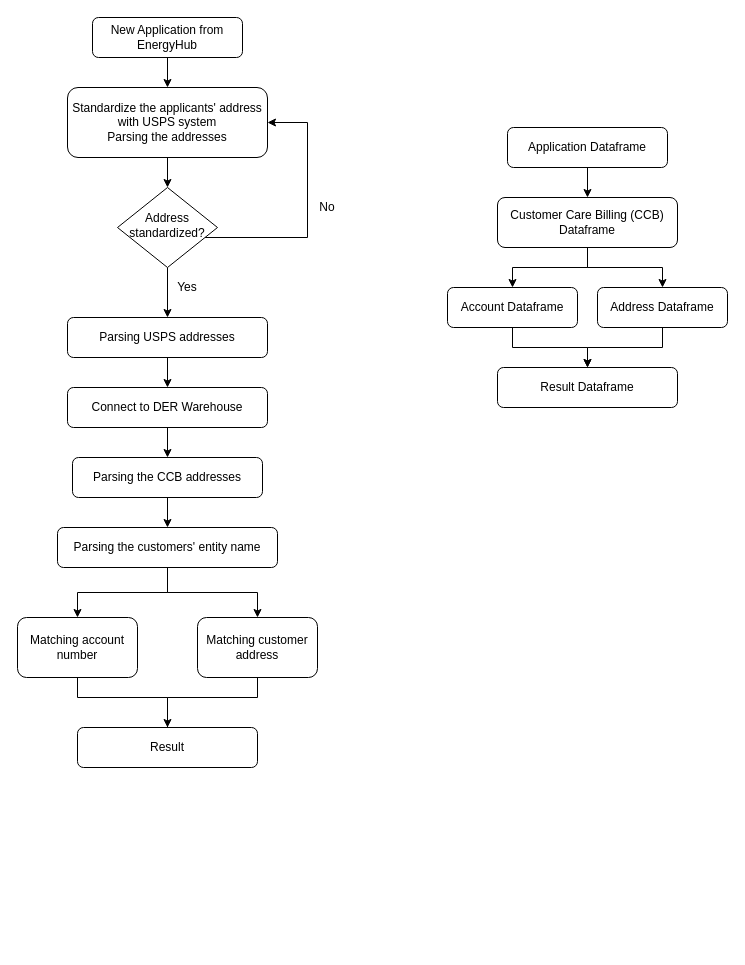
Before: Untitled Diagram.drawio in wetseng/diagrams-flowchart, a draw.io diagram. Source tidied: cells renumbered, new cells numbered last; positions are measured from the earlier drawing's top-left corner, leaving out a move shared by most shapes. Both pictures are drawn from the tidied source at 100%, with x=0, y=0 at pixel (17, 17).
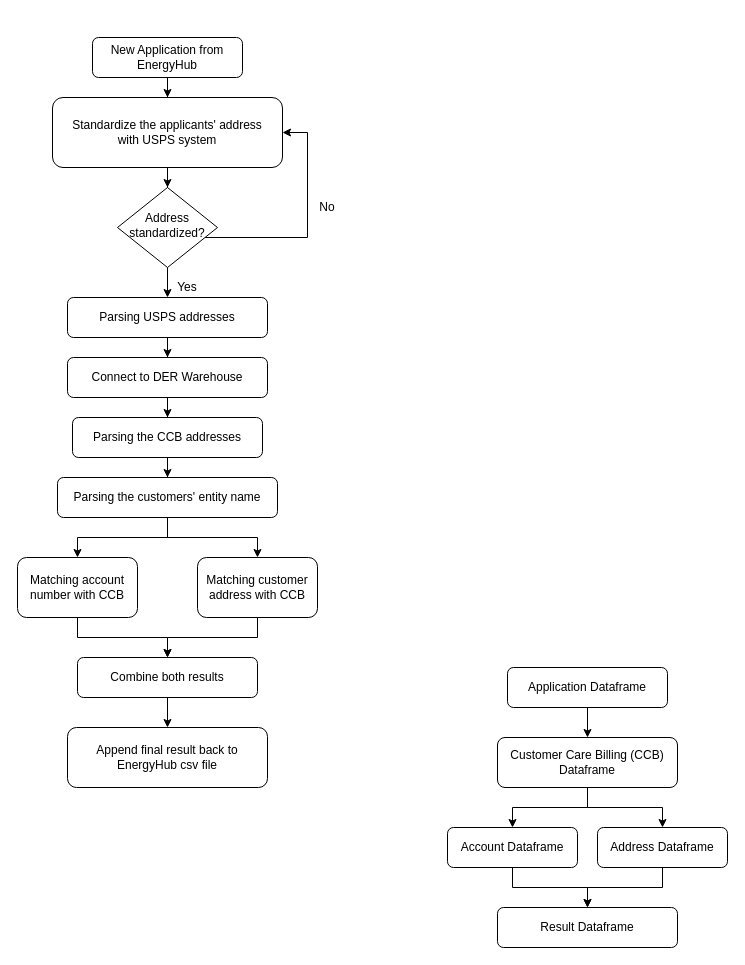
The same page after the edit.

Unchanged cells that the change refers to:
```xml
<mxCell id="6" value="Address standardized?" style="rhombus;whiteSpace=wrap;html=1;shadow=0;fontFamily=Helvetica;fontSize=12;align=center;strokeWidth=1;spacing=6;spacingTop=-4;" parent="1" vertex="1">
  <mxGeometry x="100" y="170" width="100" height="80" as="geometry" />
</mxCell>
```

The edit, as a diff of the source:
```diff
@@
     <mxCell id="3" value="New Application from EnergyHub" style="rounded=1;whiteSpace=wrap;html=1;fontSize=12;glass=0;strokeWidth=1;shadow=0;" parent="1" vertex="1">
-      <mxGeometry x="75" width="150" height="40" as="geometry" />
+      <mxGeometry x="75" y="20" width="150" height="40" as="geometry" />
     </mxCell>
     <mxCell id="4" style="edgeStyle=orthogonalEdgeStyle;rounded=0;jettySize=auto;html=1;entryX=1;entryY=0.5;entryDx=0;entryDy=0;" parent="1" edge="1" source="6" target="8">
       <mxGeometry relative="1" as="geometry">
         <Array as="points">
           <mxPoint x="290" y="220" />
-          <mxPoint x="290" y="105" />
+          <mxPoint x="290" y="115" />
         </Array>
       </mxGeometry>
     </mxCell>
@@
-    <mxCell id="8" value="&lt;div&gt;Standardize the applicants' address with USPS system&lt;/div&gt;&lt;div&gt;Parsing the addresses&lt;br&gt;&lt;/div&gt;" style="rounded=1;whiteSpace=wrap;html=1;" parent="1" vertex="1">
-      <mxGeometry x="50" y="70" width="200" height="70" as="geometry" />
+    <mxCell id="8" value="&lt;div&gt;Standardize the applicants' address &lt;br&gt;&lt;/div&gt;&lt;div&gt;with USPS system&lt;/div&gt;" style="rounded=1;whiteSpace=wrap;html=1;" parent="1" vertex="1">
+      <mxGeometry x="35" y="80" width="230" height="70" as="geometry" />
     </mxCell>
@@
     <mxCell id="11" value="&lt;div align=&quot;center&quot;&gt;Connect to DER Warehouse&lt;br&gt;&lt;/div&gt;" style="rounded=1;whiteSpace=wrap;html=1;align=center;" parent="1" vertex="1">
-      <mxGeometry x="50" y="370" width="200" height="40" as="geometry" />
+      <mxGeometry x="50" y="340" width="200" height="40" as="geometry" />
     </mxCell>
@@
-    <mxCell id="13" style="edgeStyle=orthogonalEdgeStyle;rounded=0;jettySize=auto;html=1;entryX=0.5;entryY=0;entryDx=0;entryDy=0;" parent="1" edge="1" source="14" target="27">
-      <mxGeometry relative="1" as="geometry">
-        <Array as="points">
-          <mxPoint x="60" y="680" />
-          <mxPoint x="150" y="680" />
-          <mxPoint x="150" y="730" />
-        </Array>
-      </mxGeometry>
+    <mxCell id="13" style="edgeStyle=orthogonalEdgeStyle;rounded=0;jettySize=auto;html=1;" parent="1" edge="1" source="14" target="27">
+      <mxGeometry relative="1" as="geometry" />
     </mxCell>
-    <mxCell id="14" value="Matching account number" style="rounded=1;whiteSpace=wrap;html=1;" parent="1" vertex="1">
-      <mxGeometry y="600" width="120" height="60" as="geometry" />
+    <mxCell id="14" value="Matching account number with CCB" style="rounded=1;whiteSpace=wrap;html=1;" parent="1" vertex="1">
+      <mxGeometry y="540" width="120" height="60" as="geometry" />
     </mxCell>
     <mxCell id="15" style="edgeStyle=orthogonalEdgeStyle;rounded=0;jettySize=auto;html=1;" parent="1" edge="1" source="16" target="27">
       <mxGeometry relative="1" as="geometry">
         <Array as="points">
-          <mxPoint x="240" y="680" />
-          <mxPoint x="150" y="680" />
+          <mxPoint x="240" y="620" />
+          <mxPoint x="150" y="620" />
         </Array>
       </mxGeometry>
     </mxCell>
-    <mxCell id="16" value="Matching customer address" style="rounded=1;whiteSpace=wrap;html=1;" parent="1" vertex="1">
-      <mxGeometry x="180" y="600" width="120" height="60" as="geometry" />
+    <mxCell id="16" value="Matching customer address with CCB" style="rounded=1;whiteSpace=wrap;html=1;" parent="1" vertex="1">
+      <mxGeometry x="180" y="540" width="120" height="60" as="geometry" />
     </mxCell>
@@
     <mxCell id="19" value="Customer Care Billing (CCB) Dataframe" style="rounded=1;whiteSpace=wrap;html=1;" parent="1" vertex="1">
-      <mxGeometry x="480" y="180" width="180" height="50" as="geometry" />
+      <mxGeometry x="480" y="720" width="180" height="50" as="geometry" />
     </mxCell>
@@
     <mxCell id="21" value="Account Dataframe" style="rounded=1;whiteSpace=wrap;html=1;" parent="1" vertex="1">
-      <mxGeometry x="430" y="270" width="130" height="40" as="geometry" />
+      <mxGeometry x="430" y="810" width="130" height="40" as="geometry" />
     </mxCell>
@@
     <mxCell id="23" value="Address Dataframe" style="rounded=1;whiteSpace=wrap;html=1;" parent="1" vertex="1">
-      <mxGeometry x="580" y="270" width="130" height="40" as="geometry" />
+      <mxGeometry x="580" y="810" width="130" height="40" as="geometry" />
     </mxCell>
@@
     <mxCell id="25" value="Application Dataframe" style="rounded=1;whiteSpace=wrap;html=1;" parent="1" vertex="1">
-      <mxGeometry x="490" y="110" width="160" height="40" as="geometry" />
+      <mxGeometry x="490" y="650" width="160" height="40" as="geometry" />
     </mxCell>
     <mxCell id="26" value="Result Dataframe" style="rounded=1;whiteSpace=wrap;html=1;" parent="1" vertex="1">
-      <mxGeometry x="480" y="350" width="180" height="40" as="geometry" />
+      <mxGeometry x="480" y="890" width="180" height="40" as="geometry" />
     </mxCell>
+    <mxCell id="35" style="edgeStyle=orthogonalEdgeStyle;rounded=0;jettySize=auto;html=1;" parent="1" edge="1" source="27" target="36">
+      <mxGeometry relative="1" as="geometry" />
+    </mxCell>
-    <mxCell id="27" value="Result " style="rounded=1;whiteSpace=wrap;html=1;" parent="1" vertex="1">
-      <mxGeometry x="60" y="710" width="180" height="40" as="geometry" />
+    <mxCell id="27" value="Combine both results" style="rounded=1;whiteSpace=wrap;html=1;" parent="1" vertex="1">
+      <mxGeometry x="60" y="640" width="180" height="40" as="geometry" />
     </mxCell>
@@
     <mxCell id="29" value="Parsing the CCB addresses" style="rounded=1;whiteSpace=wrap;html=1;" parent="1" vertex="1">
-      <mxGeometry x="55" y="440" width="190" height="40" as="geometry" />
+      <mxGeometry x="55" y="400" width="190" height="40" as="geometry" />
     </mxCell>
@@
     <mxCell id="32" value="Parsing the customers' entity name" style="rounded=1;whiteSpace=wrap;html=1;" parent="1" vertex="1">
-      <mxGeometry x="40" y="510" width="220" height="40" as="geometry" />
+      <mxGeometry x="40" y="460" width="220" height="40" as="geometry" />
     </mxCell>
@@
     <mxCell id="34" value="Parsing USPS addresses" style="rounded=1;whiteSpace=wrap;html=1;" parent="1" vertex="1">
-      <mxGeometry x="50" y="300" width="200" height="40" as="geometry" />
+      <mxGeometry x="50" y="280" width="200" height="40" as="geometry" />
     </mxCell>
+    <mxCell id="36" value="Append final result back to EnergyHub csv file" style="rounded=1;whiteSpace=wrap;html=1;" parent="1" vertex="1">
+      <mxGeometry x="50" y="710" width="200" height="60" as="geometry" />
+    </mxCell>
```
